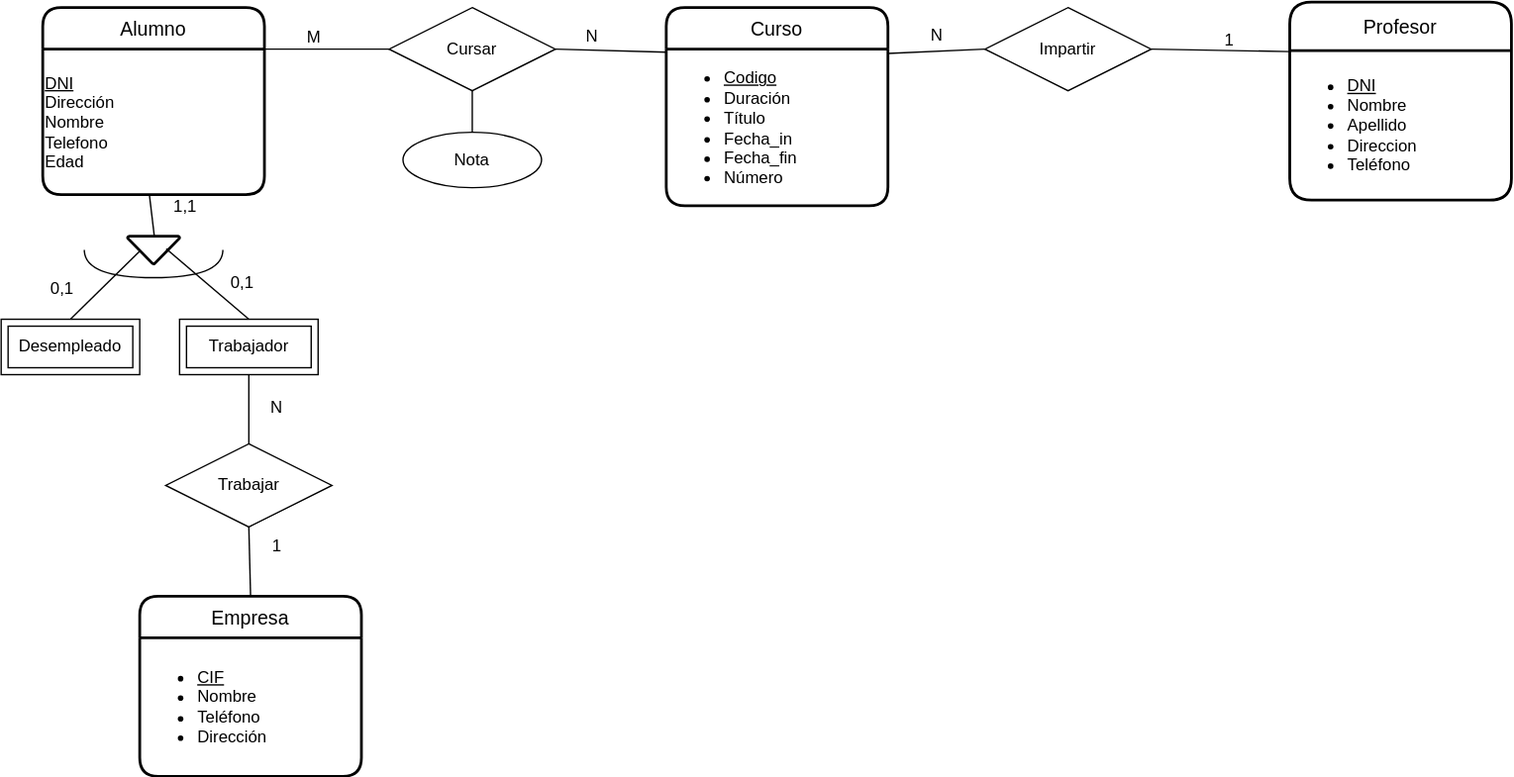
Above: UD12-02.svg in Jimxx22/C3-UD11-UML (draw.io), before the change. Source tidied: cells renumbered, new cells last; positions are measured from the earlier drawing's top-left corner, leaving out a move shared by most shapes.
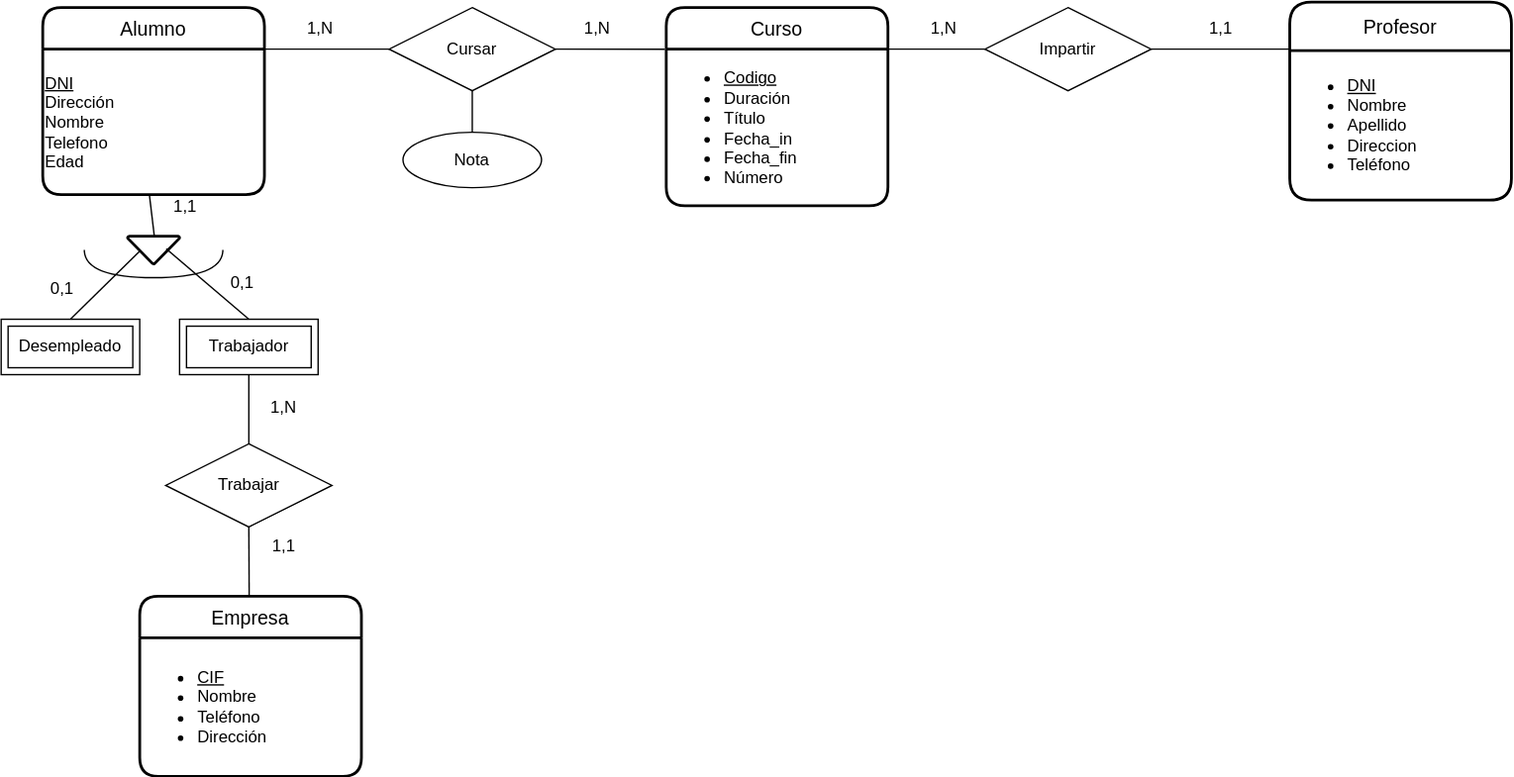
Later version of the same file.

Change to the diagram source:
```diff
@@ -20,14 +20,9 @@
     <mxCell id="7" value="Trabajador" style="shape=ext;margin=3;double=1;whiteSpace=wrap;html=1;align=center;" parent="1" vertex="1">
       <mxGeometry x="128.8" y="229" width="100" height="40" as="geometry" />
     </mxCell>
-    <mxCell id="8" style="endArrow=none;html=1;rounded=0;exitX=1;exitY=0.5;exitDx=0;exitDy=0;entryX=0.005;entryY=0.019;entryDx=0;entryDy=0;entryPerimeter=0;" parent="1" edge="1" source="6" target="34">
+    <mxCell id="8" style="endArrow=none;html=1;rounded=0;exitX=1;exitY=0.5;exitDx=0;exitDy=0;entryX=-0.006;entryY=0.21;entryDx=0;entryDy=0;entryPerimeter=0;" parent="1" edge="1" source="6" target="33">
       <mxGeometry relative="1" as="geometry" />
     </mxCell>
-    <mxCell id="9" value="N" style="html=1;align=right;verticalAlign=bottom;" parent="8" vertex="1">
-      <mxGeometry x="1" relative="1" as="geometry">
-        <mxPoint x="-50" y="-3" as="offset" />
-      </mxGeometry>
-    </mxCell>
     <mxCell id="10" value="Desempleado" style="shape=ext;margin=3;double=1;whiteSpace=wrap;html=1;align=center;" parent="1" vertex="1">
       <mxGeometry y="229" width="100" height="40" as="geometry" />
     </mxCell>
@@ -36,36 +31,23 @@
         <mxPoint x="190" y="34" as="targetPoint" />
       </mxGeometry>
     </mxCell>
-    <mxCell id="12" value="M" style="html=1;align=right;verticalAlign=bottom;" parent="11" vertex="1">
-      <mxGeometry x="1" relative="1" as="geometry">
-        <mxPoint x="41" as="offset" />
-      </mxGeometry>
-    </mxCell>
     <mxCell id="13" value="Impartir" style="shape=rhombus;perimeter=rhombusPerimeter;whiteSpace=wrap;html=1;align=center;" parent="1" vertex="1">
       <mxGeometry x="710" y="4" width="120" height="60" as="geometry" />
     </mxCell>
     <mxCell id="14" style="strokeWidth=2;html=1;shape=mxgraph.flowchart.merge_or_storage;whiteSpace=wrap;direction=east;" parent="1" vertex="1">
       <mxGeometry x="91.2" y="169" width="37.5" height="20" as="geometry" />
     </mxCell>
-    <mxCell id="15" style="endArrow=none;html=1;rounded=0;exitX=1;exitY=0.5;exitDx=0;exitDy=0;entryX=0;entryY=0.25;entryDx=0;entryDy=0;" parent="1" edge="1" source="13" target="35">
-      <mxGeometry relative="1" as="geometry" />
+    <mxCell id="15" style="endArrow=none;html=1;rounded=0;exitX=1;exitY=0.5;exitDx=0;exitDy=0;" parent="1" edge="1" source="13">
+      <mxGeometry relative="1" as="geometry">
+        <mxPoint x="930" y="34" as="targetPoint" />
+      </mxGeometry>
     </mxCell>
-    <mxCell id="16" value="1" style="html=1;align=right;verticalAlign=bottom;" parent="15" vertex="1">
-      <mxGeometry x="1" relative="1" as="geometry">
-        <mxPoint x="-40" as="offset" />
-      </mxGeometry>
-    </mxCell>
     <mxCell id="17" style="endArrow=none;html=1;rounded=0;exitX=0.481;exitY=1;exitDx=0;exitDy=0;exitPerimeter=0;entryX=0.516;entryY=0.031;entryDx=0;entryDy=0;entryPerimeter=0;" parent="1" edge="1" source="3" target="14">
       <mxGeometry relative="1" as="geometry" />
     </mxCell>
-    <mxCell id="18" style="endArrow=none;html=1;rounded=0;exitX=0;exitY=0.5;exitDx=0;exitDy=0;entryX=1;entryY=0.027;entryDx=0;entryDy=0;entryPerimeter=0;" parent="1" edge="1" source="13" target="34">
+    <mxCell id="18" style="endArrow=none;html=1;rounded=0;exitX=0;exitY=0.5;exitDx=0;exitDy=0;entryX=1;entryY=0;entryDx=0;entryDy=0;entryPerimeter=0;" parent="1" edge="1" source="13" target="34">
       <mxGeometry relative="1" as="geometry" />
     </mxCell>
-    <mxCell id="19" value="N" style="html=1;align=right;verticalAlign=bottom;" parent="18" vertex="1">
-      <mxGeometry x="1" relative="1" as="geometry">
-        <mxPoint x="40" y="-5" as="offset" />
-      </mxGeometry>
-    </mxCell>
     <mxCell id="20" style="endArrow=none;html=1;rounded=0;exitX=0.5;exitY=0;exitDx=0;exitDy=0;entryX=0.229;entryY=0.55;entryDx=0;entryDy=0;entryPerimeter=0;" parent="1" edge="1" source="10" target="14">
       <mxGeometry relative="1" as="geometry" />
     </mxCell>
@@ -81,8 +63,10 @@
     <mxCell id="24" style="endArrow=none;html=1;rounded=0;exitX=0.5;exitY=1;exitDx=0;exitDy=0;entryX=0.5;entryY=0;entryDx=0;entryDy=0;" parent="1" edge="1" source="7" target="21">
       <mxGeometry relative="1" as="geometry" />
     </mxCell>
-    <mxCell id="25" style="endArrow=none;html=1;rounded=0;exitX=0.5;exitY=0;exitDx=0;exitDy=0;entryX=0.5;entryY=1;entryDx=0;entryDy=0;" parent="1" edge="1" source="4" target="21">
-      <mxGeometry relative="1" as="geometry" />
+    <mxCell id="25" style="endArrow=none;html=1;rounded=0;entryX=0.5;entryY=1;entryDx=0;entryDy=0;" parent="1" edge="1" target="21">
+      <mxGeometry relative="1" as="geometry">
+        <mxPoint x="179" y="429" as="sourcePoint" />
+      </mxGeometry>
     </mxCell>
     <mxCell id="26" value="1,1" style="text;strokeColor=none;fillColor=none;spacingLeft=4;spacingRight=4;overflow=hidden;fontSize=12;" parent="1" vertex="1">
       <mxGeometry x="118.8" y="134" width="40" height="30" as="geometry" />
@@ -93,10 +77,10 @@
     <mxCell id="28" value="0,1" style="text;strokeColor=none;fillColor=none;spacingLeft=4;spacingRight=4;overflow=hidden;fontSize=12;" parent="1" vertex="1">
       <mxGeometry x="160" y="189" width="40" height="30" as="geometry" />
     </mxCell>
-    <mxCell id="29" value="1" style="text;strokeColor=none;fillColor=none;spacingLeft=4;spacingRight=4;overflow=hidden;fontSize=12;" parent="1" vertex="1">
+    <mxCell id="29" value="1,1" style="text;strokeColor=none;fillColor=none;spacingLeft=4;spacingRight=4;overflow=hidden;fontSize=12;" parent="1" vertex="1">
       <mxGeometry x="190" y="379" width="40" height="30" as="geometry" />
     </mxCell>
-    <mxCell id="30" value="N" style="text;strokeColor=none;fillColor=none;spacingLeft=4;spacingRight=4;overflow=hidden;fontSize=12;" parent="1" vertex="1">
+    <mxCell id="30" value="1,N" style="text;strokeColor=none;fillColor=none;spacingLeft=4;spacingRight=4;overflow=hidden;fontSize=12;" parent="1" vertex="1">
       <mxGeometry x="188.8" y="279" width="40" height="30" as="geometry" />
     </mxCell>
     <mxCell id="31" style="edgeStyle=orthogonalEdgeStyle;rounded=0;jettySize=auto;html=1;endArrow=none;endFill=0;" parent="1" edge="1" source="32" target="6">
@@ -117,5 +101,17 @@
     <mxCell id="36" value="&lt;ul&gt;&lt;li&gt;&lt;span style=&quot;background-color: initial;&quot;&gt;&lt;u&gt;DNI&lt;/u&gt;&lt;/span&gt;&lt;/li&gt;&lt;li&gt;&lt;span style=&quot;background-color: initial;&quot;&gt;Nombre&lt;/span&gt;&lt;/li&gt;&lt;li&gt;&lt;span style=&quot;background-color: initial;&quot;&gt;Apellido&lt;/span&gt;&lt;/li&gt;&lt;li&gt;&lt;span style=&quot;background-color: initial;&quot;&gt;Direccion&lt;/span&gt;&lt;/li&gt;&lt;li&gt;Teléfono&lt;/li&gt;&lt;/ul&gt;" style="text;html=1;align=left;verticalAlign=middle;strokeColor=none;fillColor=none;" parent="35" vertex="1">
       <mxGeometry y="35" width="160" height="108" as="geometry" />
     </mxCell>
+    <mxCell id="37" value="1,N" style="text;html=1;align=center;verticalAlign=middle;strokeColor=none;fillColor=none;" parent="1" vertex="1">
+      <mxGeometry x="410" y="4" width="40" height="30" as="geometry" />
+    </mxCell>
+    <mxCell id="38" value="1,N" style="text;html=1;align=center;verticalAlign=middle;strokeColor=none;fillColor=none;" parent="1" vertex="1">
+      <mxGeometry x="210" y="4" width="40" height="30" as="geometry" />
+    </mxCell>
+    <mxCell id="39" value="1,N" style="text;html=1;align=center;verticalAlign=middle;strokeColor=none;fillColor=none;" parent="1" vertex="1">
+      <mxGeometry x="660" y="4" width="40" height="30" as="geometry" />
+    </mxCell>
+    <mxCell id="40" value="1,1" style="text;html=1;align=center;verticalAlign=middle;strokeColor=none;fillColor=none;" parent="1" vertex="1">
+      <mxGeometry x="860" y="4" width="40" height="30" as="geometry" />
+    </mxCell>
   </root>
 </mxGraphModel>
```
